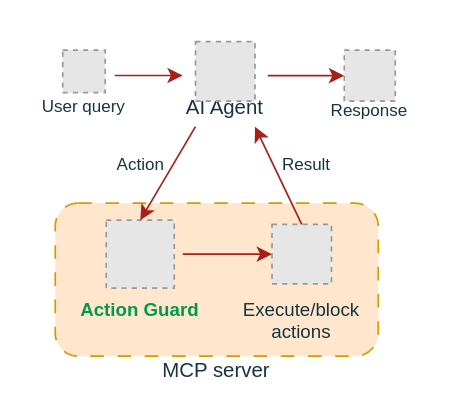
This is assets/Implementation.drawio from Pro-GenAI/Agent-Action-Guard, a draw.io file, before an edit. Source tidied: cells renumbered, new cells numbered last; positions are measured from the earlier drawing's top-left corner, leaving out a move shared by most shapes. Both pictures are drawn from the tidied source at 170%, with x=0, y=0 at pixel (29, 41). Pictures stored in the file or linked from it are replaced by grey dashed boxes.
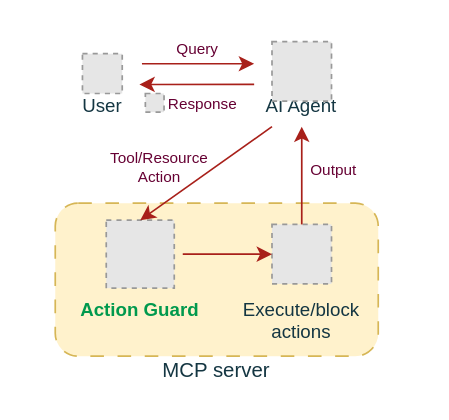
Above is the later version.

Unchanged cells that the change refers to:
```xml
<mxCell id="11" style="fillColor=#E6E6E6;strokeColor=#999999;dashed=1;verticalLabelPosition=bottom;labelBackgroundColor=none;verticalAlign=top;fontColor=#143642;" parent="1" vertex="1">
  <mxGeometry x="142.5" y="107.5" width="35" height="35" as="geometry" />
</mxCell>
```

What changed in the source:
```diff
@@
-    <mxCell id="2" style="rounded=1;whiteSpace=wrap;html=1;dashed=1;dashPattern=8 8;labelBackgroundColor=none;fillColor=#ffe6cc;strokeColor=#d79b00;" parent="1" vertex="1">
+    <mxCell id="2" style="rounded=1;whiteSpace=wrap;html=1;dashed=1;dashPattern=8 8;labelBackgroundColor=none;fillColor=#fff2cc;strokeColor=#d6b656;" parent="1" vertex="1">
       <mxGeometry x="15" y="95" width="190" height="90" as="geometry" />
     </mxCell>
-    <mxCell id="3" value="User query" style="text;html=1;align=center;verticalAlign=middle;whiteSpace=wrap;rounded=0;fontSize=10;labelBackgroundColor=none;fontColor=#143642;" parent="1" vertex="1">
-      <mxGeometry y="22.5" width="63.8" height="30" as="geometry" />
+    <mxCell id="3" value="User" style="text;html=1;align=center;verticalAlign=middle;whiteSpace=wrap;rounded=0;fontSize=11;labelBackgroundColor=none;fontColor=#143642;" parent="1" vertex="1">
+      <mxGeometry x="22" y="22.5" width="41.8" height="30" as="geometry" />
     </mxCell>
-    <mxCell id="4" value="AI Agent" style="text;whiteSpace=wrap;align=center;labelBackgroundColor=none;fontColor=#143642;" parent="1" vertex="1">
-      <mxGeometry x="80" y="25" width="70" height="25" as="geometry" />
+    <mxCell id="4" value="AI Agent" style="text;whiteSpace=wrap;align=center;labelBackgroundColor=none;fontColor=#143642;fontSize=11;" parent="1" vertex="1">
+      <mxGeometry x="125" y="25" width="70" height="25" as="geometry" />
     </mxCell>
@@
-    <mxCell id="6" value="Action Guard" style="text;whiteSpace=wrap;align=center;fontStyle=1;fontSize=11;labelBackgroundColor=none;fontColor=#00994D;" parent="1" vertex="1">
+    <mxCell id="6" value="Action Guard" style="text;whiteSpace=wrap;align=center;fontStyle=1;fontSize=11;labelBackgroundColor=none;fontColor=#00994D;shadow=0;" parent="1" vertex="1">
       <mxGeometry x="20" y="145" width="90" height="40" as="geometry" />
     </mxCell>
@@
-    <mxCell id="8" value="Response" style="text;whiteSpace=wrap;align=center;fontSize=10;labelBackgroundColor=none;fontColor=#143642;" parent="1" vertex="1">
-      <mxGeometry x="170" y="27.5" width="60" height="20" as="geometry" />
-    </mxCell>
     <mxCell id="9" style="fillColor=#E6E6E6;strokeColor=#999999;dashed=1;verticalLabelPosition=bottom;labelBackgroundColor=none;verticalAlign=top;align=center;fontColor=#143642;" parent="1" vertex="1">
-      <mxGeometry x="19.4" y="5" width="25" height="25" as="geometry" />
+      <mxGeometry x="31" y="7.1" width="23.4" height="23.4" as="geometry" />
     </mxCell>
     <mxCell id="10" style="fillColor=#E6E6E6;strokeColor=#999999;dashed=1;verticalLabelPosition=bottom;labelBackgroundColor=none;verticalAlign=top;align=center;fontColor=#143642;" parent="1" vertex="1">
-      <mxGeometry x="97.5" width="35" height="35" as="geometry" />
+      <mxGeometry x="142.5" width="35" height="35" as="geometry" />
     </mxCell>
@@
     <mxCell id="13" style="endArrow=classic;html=1;rounded=0;flowAnimation=1;labelBackgroundColor=none;fontColor=default;strokeColor=#A8201A;" parent="1" edge="1">
       <mxGeometry relative="1" as="geometry">
-        <mxPoint x="50" y="19.9" as="sourcePoint" />
-        <mxPoint x="90" y="19.9" as="targetPoint" />
+        <mxPoint x="66" y="13" as="sourcePoint" />
+        <mxPoint x="132" y="13" as="targetPoint" />
       </mxGeometry>
     </mxCell>
-    <mxCell id="14" style="endArrow=classic;html=1;rounded=0;entryX=0;entryY=0.5;entryDx=0;entryDy=0;flowAnimation=1;labelBackgroundColor=none;fontColor=default;strokeColor=#A8201A;" parent="1" edge="1" target="18">
-      <mxGeometry relative="1" as="geometry">
-        <mxPoint x="140" y="20" as="sourcePoint" />
-      </mxGeometry>
+    <mxCell id="14" style="endArrow=classic;html=1;rounded=0;entryX=1.017;entryY=0.09;entryDx=0;entryDy=0;flowAnimation=1;labelBackgroundColor=none;fontColor=default;strokeColor=#A8201A;exitX=0.1;exitY=0.006;exitDx=0;exitDy=0;entryPerimeter=0;exitPerimeter=0;" parent="1" edge="1" source="4" target="3">
+      <mxGeometry relative="1" as="geometry" />
     </mxCell>
@@
-    <mxCell id="17" style="endArrow=classic;html=1;rounded=0;entryX=0.75;entryY=1;entryDx=0;entryDy=0;exitX=0.5;exitY=0;exitDx=0;exitDy=0;flowAnimation=1;labelBackgroundColor=none;fontColor=default;strokeColor=#A8201A;" parent="1" edge="1" source="11" target="4">
+    <mxCell id="17" style="endArrow=classic;html=1;rounded=0;entryX=0.5;entryY=1;entryDx=0;entryDy=0;exitX=0.5;exitY=0;exitDx=0;exitDy=0;flowAnimation=1;labelBackgroundColor=none;fontColor=default;strokeColor=#A8201A;" parent="1" edge="1" source="11" target="4">
       <mxGeometry relative="1" as="geometry" />
     </mxCell>
     <mxCell id="18" style="fillColor=#E6E6E6;strokeColor=#999999;dashed=1;verticalLabelPosition=bottom;labelBackgroundColor=none;verticalAlign=top;fontColor=#143642;" parent="1" vertex="1">
-      <mxGeometry x="185" y="5" width="30" height="30" as="geometry" />
+      <mxGeometry x="68" y="30.5" width="11" height="11" as="geometry" />
     </mxCell>
-    <mxCell id="19" value="Action" style="text;whiteSpace=wrap;align=center;fontSize=10;labelBackgroundColor=none;fontColor=#143642;" parent="1" vertex="1">
-      <mxGeometry x="47.5" y="60" width="35" height="25" as="geometry" />
+    <mxCell id="19" value="Tool/Resource Action" style="text;whiteSpace=wrap;align=center;fontSize=9;labelBackgroundColor=none;fontColor=#660033;" parent="1" vertex="1">
+      <mxGeometry x="45" y="56.5" width="63" height="32.5" as="geometry" />
     </mxCell>
-    <mxCell id="20" value="Result" style="text;whiteSpace=wrap;align=center;fontSize=10;labelBackgroundColor=none;fontColor=#143642;" parent="1" vertex="1">
-      <mxGeometry x="147.5" y="60" width="30" height="25" as="geometry" />
+    <mxCell id="20" value="Output" style="text;whiteSpace=wrap;align=center;fontSize=9;labelBackgroundColor=none;fontColor=#660033;" parent="1" vertex="1">
+      <mxGeometry x="163" y="64" width="32" height="25" as="geometry" />
     </mxCell>
+    <mxCell id="8" value="Response" style="text;whiteSpace=wrap;align=center;fontSize=9;labelBackgroundColor=none;fontColor=#660033;" parent="1" vertex="1">
+      <mxGeometry x="79" y="25" width="46" height="22" as="geometry" />
+    </mxCell>
+    <mxCell id="21" value="Query" style="text;whiteSpace=wrap;align=center;fontSize=9;labelBackgroundColor=none;fontColor=#660033;" parent="1" vertex="1">
+      <mxGeometry x="76.2" y="-7" width="46" height="19.8" as="geometry" />
+    </mxCell>
```
